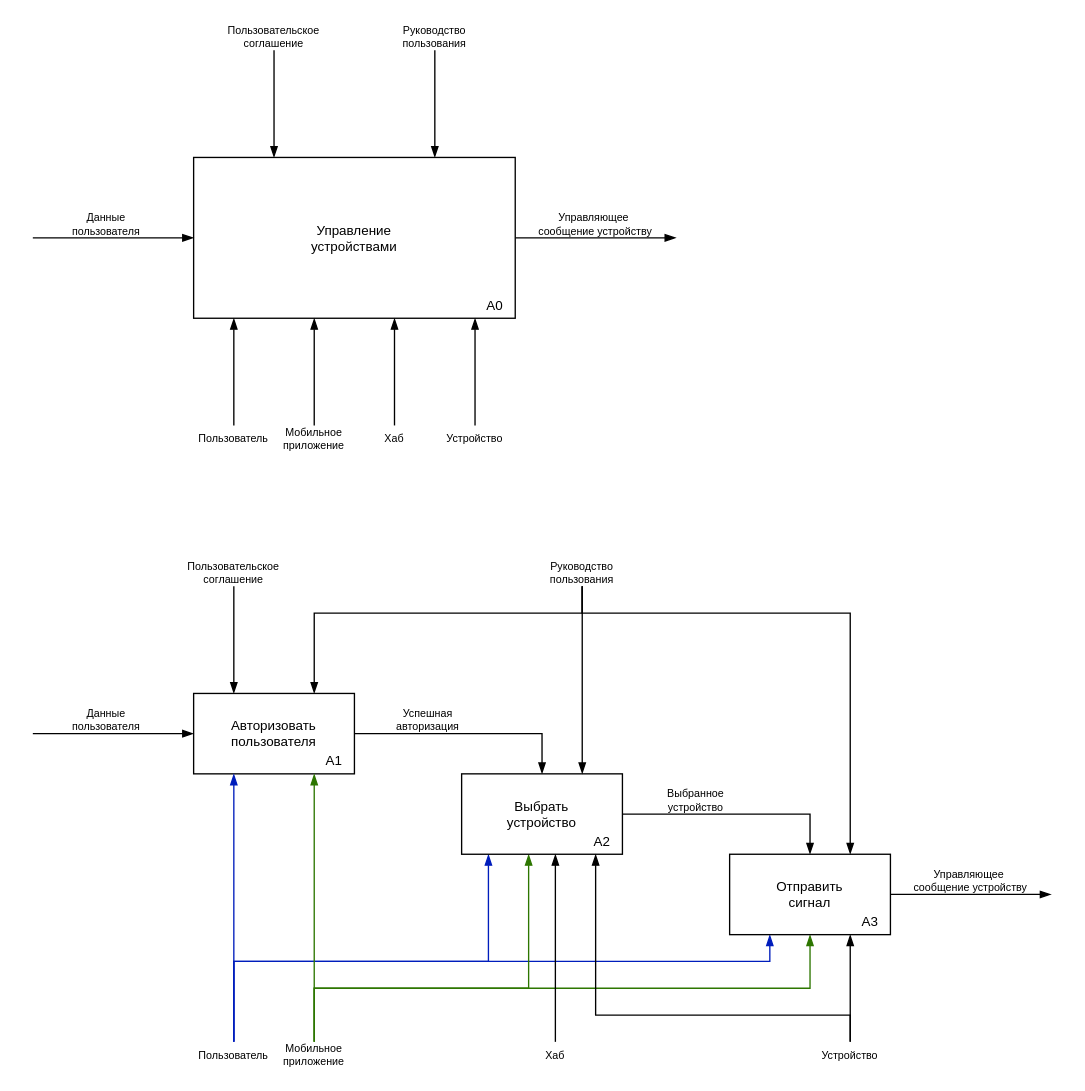
mkstas/LearningVyatSu keeps this draw.io diagram as systems-engineering/idef-0.drawio. Above is the earlier version. Source tidied: cells renumbered, new cells numbered last; positions are measured from the earlier drawing's top-left corner, leaving out a move shared by most shapes. Both pictures are drawn from the tidied source at 134%, with x=0, y=0 at pixel (32, 23).
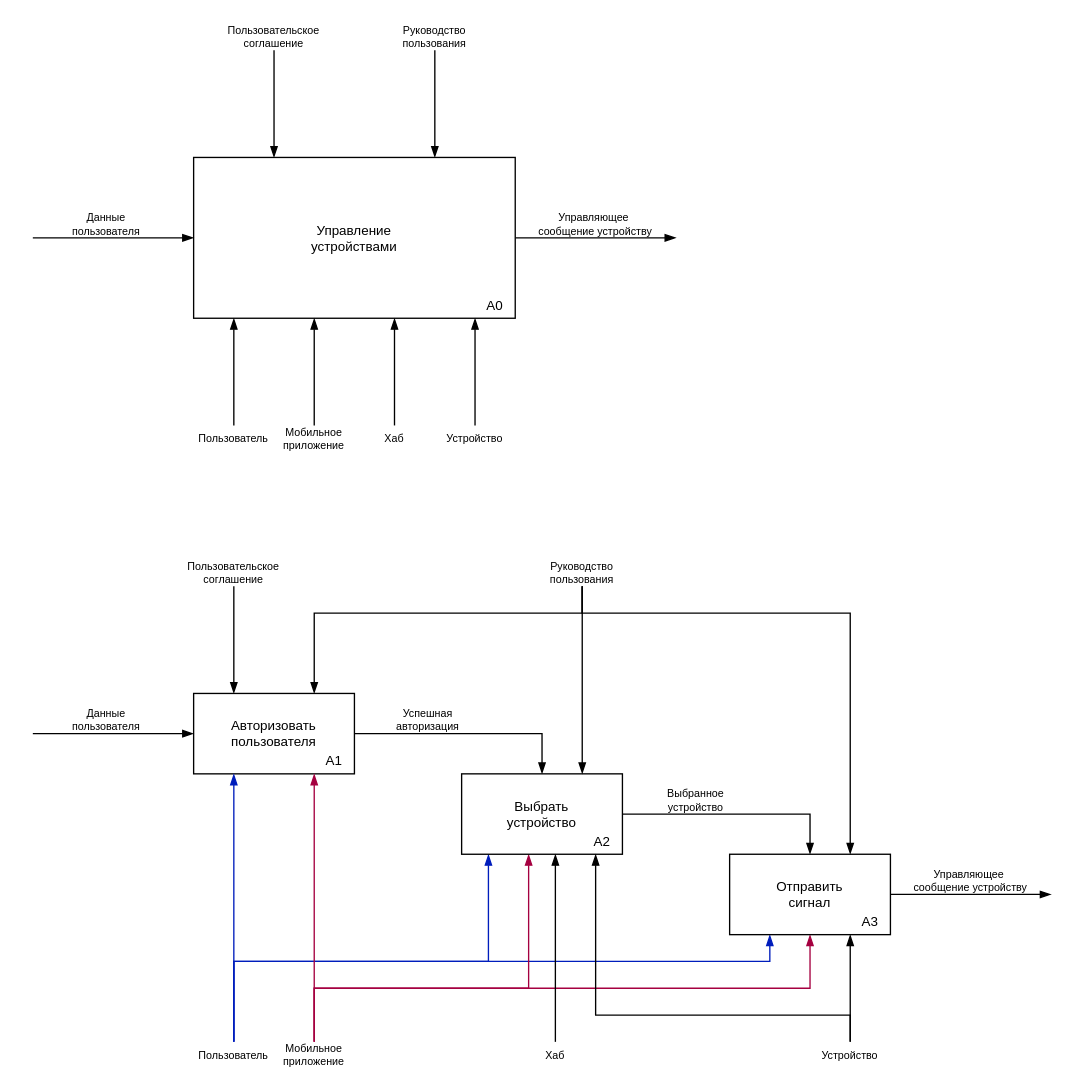
The same diagram, later.

The change refers to these unchanged cells:
```xml
<mxCell id="34" value="Мобильное&lt;div&gt;приложение&lt;/div&gt;" style="text;html=1;whiteSpace=wrap;strokeColor=none;fillColor=none;align=center;verticalAlign=middle;rounded=0;fontSize=8;" parent="1" vertex="1">
  <mxGeometry x="180" y="760" width="60" height="20" as="geometry" />
</mxCell>
<mxCell id="36" value="Выбрать&lt;div&gt;устройство&lt;/div&gt;" style="rounded=0;whiteSpace=wrap;html=1;fontSize=10;" parent="1" vertex="1">
  <mxGeometry x="320" y="560" width="120" height="60" as="geometry" />
</mxCell>
<mxCell id="38" value="Отправить&lt;div&gt;сигнал&lt;/div&gt;" style="rounded=0;whiteSpace=wrap;html=1;fontSize=10;" parent="1" vertex="1">
  <mxGeometry x="520" y="620" width="120" height="60" as="geometry" />
</mxCell>
```

Change to the diagram source:
```diff
@@
-    <mxCell id="31" style="edgeStyle=orthogonalEdgeStyle;rounded=0;jettySize=auto;html=1;endArrow=blockThin;endFill=1;exitX=0.5;exitY=0;exitDx=0;exitDy=0;fillColor=#60a917;strokeColor=#2D7600;" parent="1" edge="1" source="34">
+    <mxCell id="31" style="edgeStyle=orthogonalEdgeStyle;rounded=0;jettySize=auto;html=1;endArrow=blockThin;endFill=1;exitX=0.5;exitY=0;exitDx=0;exitDy=0;fillColor=#d80073;strokeColor=#A50040;" parent="1" edge="1" source="34">
       <mxGeometry relative="1" as="geometry">
         <mxPoint x="210" y="560" as="targetPoint" />
       </mxGeometry>
     </mxCell>
-    <mxCell id="32" style="edgeStyle=orthogonalEdgeStyle;rounded=0;jettySize=auto;html=1;endArrow=blockThin;endFill=1;fillColor=#60a917;strokeColor=#2D7600;" parent="1" edge="1" source="34" target="36">
+    <mxCell id="32" style="edgeStyle=orthogonalEdgeStyle;rounded=0;jettySize=auto;html=1;endArrow=blockThin;endFill=1;fillColor=#d80073;strokeColor=#A50040;" parent="1" edge="1" source="34" target="36">
       <mxGeometry relative="1" as="geometry">
         <Array as="points">
           <mxPoint x="210" y="720" />
           <mxPoint x="370" y="720" />
         </Array>
       </mxGeometry>
     </mxCell>
-    <mxCell id="33" style="edgeStyle=orthogonalEdgeStyle;rounded=0;jettySize=auto;html=1;endArrow=blockThin;endFill=1;fillColor=#60a917;strokeColor=#2D7600;" parent="1" edge="1" source="34" target="38">
+    <mxCell id="33" style="edgeStyle=orthogonalEdgeStyle;rounded=0;jettySize=auto;html=1;endArrow=blockThin;endFill=1;fillColor=#d80073;strokeColor=#A50040;" parent="1" edge="1" source="34" target="38">
       <mxGeometry relative="1" as="geometry">
         <Array as="points">
           <mxPoint x="210" y="720" />
           <mxPoint x="580" y="720" />
         </Array>
       </mxGeometry>
     </mxCell>
```
